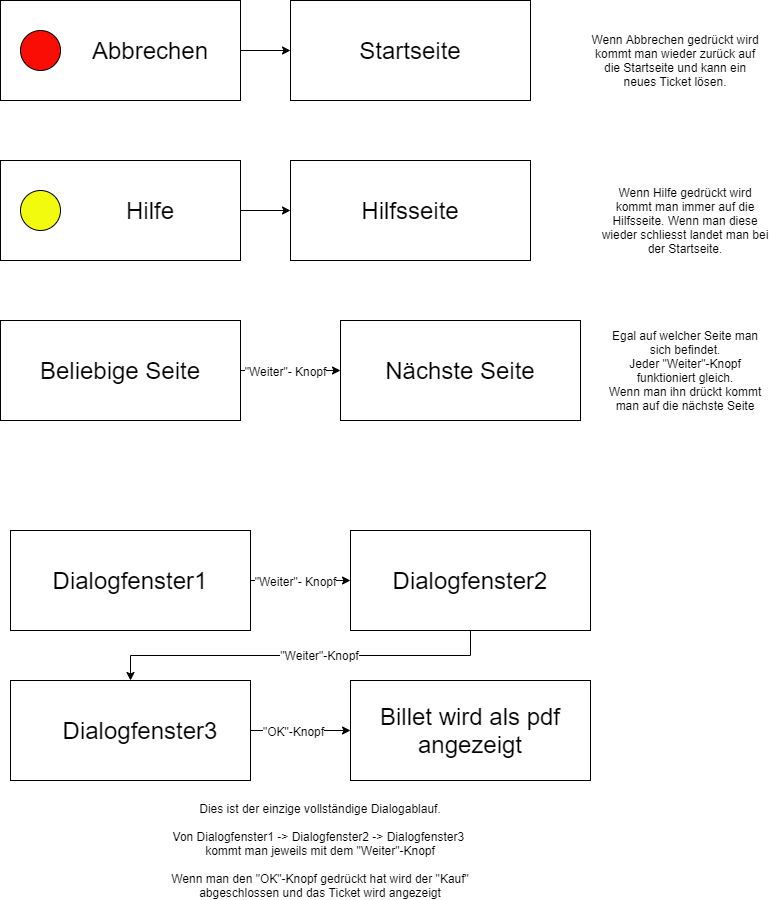
RubenSouto/M120_RS keeps this draw.io diagram as Public/images/Dialogablaufe.png. Above is the earlier version. Source tidied: cells renumbered, new cells last; positions are measured from the earlier drawing's top-left corner, leaving out a move shared by most shapes. The source it was exported from:
```xml
<mxGraphModel>
  <root>
    <mxCell id="0" />
    <mxCell id="1" parent="0" />
    <mxCell id="2" style="edgeStyle=orthogonalEdgeStyle;rounded=0;jettySize=auto;html=1;exitX=1;exitY=0.5;exitDx=0;exitDy=0;entryX=0;entryY=0.5;entryDx=0;entryDy=0;" parent="1" edge="1" source="3" target="6">
      <mxGeometry relative="1" as="geometry" />
    </mxCell>
    <mxCell id="3" style="rounded=0;whiteSpace=wrap;html=1;" parent="1" vertex="1">
      <mxGeometry width="240" height="100" as="geometry" />
    </mxCell>
    <mxCell id="4" style="ellipse;whiteSpace=wrap;html=1;fillColor=#FA0D05;" parent="1" vertex="1">
      <mxGeometry x="20" y="30" width="40" height="40" as="geometry" />
    </mxCell>
    <mxCell id="5" value="Abbrechen&lt;span style=&quot;color: rgba(0 , 0 , 0 , 0) ; font-family: monospace ; font-size: 0px&quot;&gt;%3CmxGraphModel%3E%3Croot%3E%3CmxCell%20id%3D%220%22%2F%3E%3CmxCell%20id%3D%221%22%20parent%3D%220%22%2F%3E%3CmxCell%20id%3D%222%22%20value%3D%22%22%20style%3D%22ellipse%3BwhiteSpace%3Dwrap%3Bhtml%3D1%3Baspect%3Dfixed%3BfillColor%3D%23FA0D05%3B%22%20vertex%3D%221%22%20parent%3D%221%22%3E%3CmxGeometry%20x%3D%2260%22%20y%3D%22960%22%20width%3D%2240%22%20height%3D%2240%22%20as%3D%22geometry%22%2F%3E%3C%2FmxCell%3E%3C%2Froot%3E%3C%2FmxGraphModel%3E&lt;/span&gt;" style="text;html=1;strokeColor=none;fillColor=none;align=center;verticalAlign=middle;whiteSpace=wrap;rounded=0;fontFamily=Helvetica;fontSize=24;" parent="1" vertex="1">
      <mxGeometry x="130" y="40" width="40" height="20" as="geometry" />
    </mxCell>
    <mxCell id="6" style="rounded=0;whiteSpace=wrap;html=1;" parent="1" vertex="1">
      <mxGeometry x="290" width="240" height="100" as="geometry" />
    </mxCell>
    <mxCell id="7" value="Startseite" style="text;html=1;strokeColor=none;fillColor=none;align=center;verticalAlign=middle;whiteSpace=wrap;rounded=0;fontFamily=Helvetica;fontSize=24;" parent="1" vertex="1">
      <mxGeometry x="390" y="40" width="40" height="20" as="geometry" />
    </mxCell>
    <mxCell id="8" value="Egal auf welcher Seite man sich befindet.&lt;br&gt;Jeder &quot;Weiter&quot;-Knopf funktioniert gleich.&lt;br&gt;Wenn man ihn drückt kommt man auf die nächste Seite" style="text;html=1;strokeColor=none;fillColor=none;align=center;verticalAlign=middle;whiteSpace=wrap;rounded=0;" parent="1" vertex="1">
      <mxGeometry x="600" y="360" width="170" height="20" as="geometry" />
    </mxCell>
    <mxCell id="9" style="edgeStyle=orthogonalEdgeStyle;rounded=0;jettySize=auto;html=1;exitX=1;exitY=0.5;exitDx=0;exitDy=0;entryX=0;entryY=0.5;entryDx=0;entryDy=0;" parent="1" edge="1" source="10" target="13">
      <mxGeometry relative="1" as="geometry" />
    </mxCell>
    <mxCell id="10" style="rounded=0;whiteSpace=wrap;html=1;" parent="1" vertex="1">
      <mxGeometry y="160" width="240" height="100" as="geometry" />
    </mxCell>
    <mxCell id="11" style="ellipse;whiteSpace=wrap;html=1;fillColor=#F2FA0D;" parent="1" vertex="1">
      <mxGeometry x="20" y="190" width="40" height="40" as="geometry" />
    </mxCell>
    <mxCell id="12" value="Hilfe" style="text;html=1;strokeColor=none;fillColor=none;align=center;verticalAlign=middle;whiteSpace=wrap;rounded=0;fontFamily=Helvetica;fontSize=24;" parent="1" vertex="1">
      <mxGeometry x="130" y="200" width="40" height="20" as="geometry" />
    </mxCell>
    <mxCell id="13" style="rounded=0;whiteSpace=wrap;html=1;" parent="1" vertex="1">
      <mxGeometry x="290" y="160" width="240" height="100" as="geometry" />
    </mxCell>
    <mxCell id="14" value="Hilfsseite" style="text;html=1;strokeColor=none;fillColor=none;align=center;verticalAlign=middle;whiteSpace=wrap;rounded=0;fontFamily=Helvetica;fontSize=24;" parent="1" vertex="1">
      <mxGeometry x="390" y="200" width="40" height="20" as="geometry" />
    </mxCell>
    <mxCell id="15" value="Wenn Abbrechen gedrückt wird kommt man wieder zurück auf die Startseite und kann ein neues Ticket lösen." style="text;html=1;strokeColor=none;fillColor=none;align=center;verticalAlign=middle;whiteSpace=wrap;rounded=0;" parent="1" vertex="1">
      <mxGeometry x="590" y="50" width="170" height="20" as="geometry" />
    </mxCell>
    <mxCell id="16" style="edgeStyle=orthogonalEdgeStyle;rounded=0;jettySize=auto;html=1;exitX=1;exitY=0.5;exitDx=0;exitDy=0;entryX=0;entryY=0.5;entryDx=0;entryDy=0;" parent="1" edge="1" source="18" target="20">
      <mxGeometry relative="1" as="geometry" />
    </mxCell>
    <mxCell id="17" value="&quot;Weiter&quot;- Knopf" style="text;html=1;align=center;verticalAlign=middle;labelBackgroundColor=#ffffff;" parent="16" vertex="1">
      <mxGeometry x="0.28" y="-2" relative="1" as="geometry">
        <mxPoint x="-20" y="-2" as="offset" />
      </mxGeometry>
    </mxCell>
    <mxCell id="18" style="rounded=0;whiteSpace=wrap;html=1;" parent="1" vertex="1">
      <mxGeometry y="320" width="240" height="100" as="geometry" />
    </mxCell>
    <mxCell id="19" value="Beliebige Seite" style="text;html=1;strokeColor=none;fillColor=none;align=center;verticalAlign=middle;whiteSpace=wrap;rounded=0;fontFamily=Helvetica;fontSize=24;" parent="1" vertex="1">
      <mxGeometry x="20" y="360" width="200" height="20" as="geometry" />
    </mxCell>
    <mxCell id="20" style="rounded=0;whiteSpace=wrap;html=1;" parent="1" vertex="1">
      <mxGeometry x="340" y="320" width="240" height="100" as="geometry" />
    </mxCell>
    <mxCell id="21" value="Nächste Seite" style="text;html=1;strokeColor=none;fillColor=none;align=center;verticalAlign=middle;whiteSpace=wrap;rounded=0;fontFamily=Helvetica;fontSize=24;" parent="1" vertex="1">
      <mxGeometry x="365" y="360" width="190" height="20" as="geometry" />
    </mxCell>
    <mxCell id="22" value="Wenn Hilfe gedrückt wird kommt man immer auf die Hilfsseite. Wenn man diese wieder schliesst landet man bei der Startseite." style="text;html=1;strokeColor=none;fillColor=none;align=center;verticalAlign=middle;whiteSpace=wrap;rounded=0;" parent="1" vertex="1">
      <mxGeometry x="600" y="210" width="170" height="20" as="geometry" />
    </mxCell>
    <mxCell id="23" style="edgeStyle=orthogonalEdgeStyle;rounded=0;jettySize=auto;html=1;exitX=1;exitY=0.5;exitDx=0;exitDy=0;entryX=0;entryY=0.5;entryDx=0;entryDy=0;" parent="1" edge="1" source="25" target="29">
      <mxGeometry relative="1" as="geometry" />
    </mxCell>
    <mxCell id="24" value="&quot;Weiter&quot;- Knopf" style="text;html=1;align=center;verticalAlign=middle;labelBackgroundColor=#ffffff;" parent="23" vertex="1">
      <mxGeometry x="0.28" y="-2" relative="1" as="geometry">
        <mxPoint x="-20" y="-2" as="offset" />
      </mxGeometry>
    </mxCell>
    <mxCell id="25" style="rounded=0;whiteSpace=wrap;html=1;" parent="1" vertex="1">
      <mxGeometry x="10" y="530" width="240" height="100" as="geometry" />
    </mxCell>
    <mxCell id="26" value="Dialogfenster1" style="text;html=1;strokeColor=none;fillColor=none;align=center;verticalAlign=middle;whiteSpace=wrap;rounded=0;fontFamily=Helvetica;fontSize=24;" parent="1" vertex="1">
      <mxGeometry x="30" y="570" width="200" height="20" as="geometry" />
    </mxCell>
    <mxCell id="27" style="edgeStyle=orthogonalEdgeStyle;rounded=0;jettySize=auto;html=1;exitX=0.5;exitY=1;exitDx=0;exitDy=0;entryX=0.5;entryY=0;entryDx=0;entryDy=0;" parent="1" edge="1" source="29" target="35">
      <mxGeometry relative="1" as="geometry" />
    </mxCell>
    <mxCell id="28" value="&quot;Weiter&quot;-Knopf" style="text;html=1;align=center;verticalAlign=middle;labelBackgroundColor=#ffffff;" parent="27" vertex="1">
      <mxGeometry x="-0.09" y="-1" relative="1" as="geometry" />
    </mxCell>
    <mxCell id="29" style="rounded=0;whiteSpace=wrap;html=1;" parent="1" vertex="1">
      <mxGeometry x="350" y="530" width="240" height="100" as="geometry" />
    </mxCell>
    <mxCell id="30" value="Dialogfenster2" style="text;html=1;strokeColor=none;fillColor=none;align=center;verticalAlign=middle;whiteSpace=wrap;rounded=0;fontFamily=Helvetica;fontSize=24;" parent="1" vertex="1">
      <mxGeometry x="375" y="570" width="190" height="20" as="geometry" />
    </mxCell>
    <mxCell id="31" style="rounded=0;whiteSpace=wrap;html=1;" parent="1" vertex="1">
      <mxGeometry x="350" y="680" width="240" height="100" as="geometry" />
    </mxCell>
    <mxCell id="32" value="Dialogfenster3" style="text;html=1;strokeColor=none;fillColor=none;align=center;verticalAlign=middle;whiteSpace=wrap;rounded=0;fontFamily=Helvetica;fontSize=24;" parent="1" vertex="1">
      <mxGeometry x="35" y="710" width="190" height="20" as="geometry" />
    </mxCell>
    <mxCell id="33" style="edgeStyle=orthogonalEdgeStyle;rounded=0;jettySize=auto;html=1;exitX=1;exitY=0.5;exitDx=0;exitDy=0;entryX=0;entryY=0.5;entryDx=0;entryDy=0;" parent="1" edge="1" source="35" target="31">
      <mxGeometry relative="1" as="geometry" />
    </mxCell>
    <mxCell id="34" value="&quot;OK&quot;-Knopf" style="text;html=1;align=center;verticalAlign=middle;labelBackgroundColor=#ffffff;" parent="33" vertex="1">
      <mxGeometry x="-0.16" relative="1" as="geometry" />
    </mxCell>
    <mxCell id="35" style="rounded=0;whiteSpace=wrap;html=1;" parent="1" vertex="1">
      <mxGeometry x="10" y="680" width="240" height="100" as="geometry" />
    </mxCell>
    <mxCell id="36" value="Dialogfenster3" style="text;html=1;strokeColor=none;fillColor=none;align=center;verticalAlign=middle;whiteSpace=wrap;rounded=0;fontFamily=Helvetica;fontSize=24;" parent="1" vertex="1">
      <mxGeometry x="45" y="720" width="190" height="20" as="geometry" />
    </mxCell>
    <mxCell id="37" value="Billet wird als pdf angezeigt" style="text;html=1;strokeColor=none;fillColor=none;align=center;verticalAlign=middle;whiteSpace=wrap;rounded=0;fontFamily=Helvetica;fontSize=24;" parent="1" vertex="1">
      <mxGeometry x="375" y="720" width="190" height="20" as="geometry" />
    </mxCell>
    <mxCell id="38" value="Dies ist der einzige vollständige Dialogablauf.&lt;br&gt;&lt;br&gt;Von Dialogfenster1 -&amp;gt; Dialogfenster2 -&amp;gt; Dialogfenster3 &lt;br&gt;kommt man jeweils mit dem &quot;Weiter&quot;-Knopf&lt;br&gt;&lt;br&gt;Wenn man den &quot;OK&quot;-Knopf gedrückt hat wird der &quot;Kauf&quot; abgeschlossen und das Ticket wird angezeigt" style="text;html=1;strokeColor=none;fillColor=none;align=center;verticalAlign=middle;whiteSpace=wrap;rounded=0;" parent="1" vertex="1">
      <mxGeometry x="160" y="840" width="320" height="20" as="geometry" />
    </mxCell>
  </root>
</mxGraphModel>
```
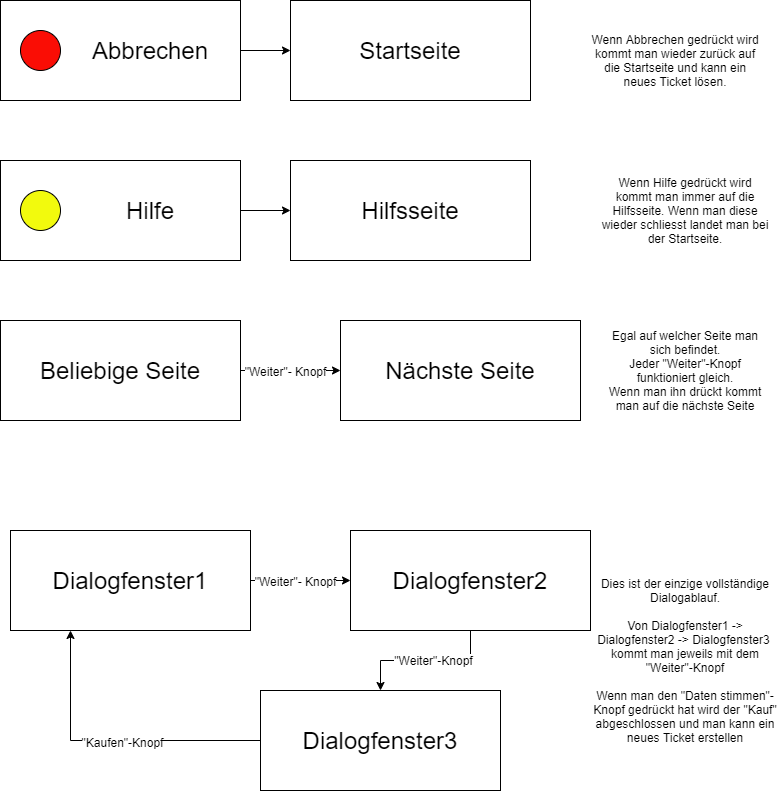
The same file after the commit.

What changed in the source:
```diff
@@ -65,7 +65,7 @@
       <mxGeometry x="365" y="360" width="190" height="20" as="geometry" />
     </mxCell>
     <mxCell id="22" value="Wenn Hilfe gedrückt wird kommt man immer auf die Hilfsseite. Wenn man diese wieder schliesst landet man bei der Startseite." style="text;html=1;strokeColor=none;fillColor=none;align=center;verticalAlign=middle;whiteSpace=wrap;rounded=0;" parent="1" vertex="1">
-      <mxGeometry x="600" y="210" width="170" height="20" as="geometry" />
+      <mxGeometry x="600" y="200" width="170" height="20" as="geometry" />
     </mxCell>
     <mxCell id="23" style="edgeStyle=orthogonalEdgeStyle;rounded=0;jettySize=auto;html=1;exitX=1;exitY=0.5;exitDx=0;exitDy=0;entryX=0;entryY=0.5;entryDx=0;entryDy=0;" parent="1" edge="1" source="25" target="29">
       <mxGeometry relative="1" as="geometry" />
@@ -93,29 +93,20 @@
     <mxCell id="30" value="Dialogfenster2" style="text;html=1;strokeColor=none;fillColor=none;align=center;verticalAlign=middle;whiteSpace=wrap;rounded=0;fontFamily=Helvetica;fontSize=24;" parent="1" vertex="1">
       <mxGeometry x="375" y="570" width="190" height="20" as="geometry" />
     </mxCell>
-    <mxCell id="31" style="rounded=0;whiteSpace=wrap;html=1;" parent="1" vertex="1">
-      <mxGeometry x="350" y="680" width="240" height="100" as="geometry" />
-    </mxCell>
-    <mxCell id="32" value="Dialogfenster3" style="text;html=1;strokeColor=none;fillColor=none;align=center;verticalAlign=middle;whiteSpace=wrap;rounded=0;fontFamily=Helvetica;fontSize=24;" parent="1" vertex="1">
-      <mxGeometry x="35" y="710" width="190" height="20" as="geometry" />
-    </mxCell>
-    <mxCell id="33" style="edgeStyle=orthogonalEdgeStyle;rounded=0;jettySize=auto;html=1;exitX=1;exitY=0.5;exitDx=0;exitDy=0;entryX=0;entryY=0.5;entryDx=0;entryDy=0;" parent="1" edge="1" source="35" target="31">
-      <mxGeometry relative="1" as="geometry" />
-    </mxCell>
-    <mxCell id="34" value="&quot;OK&quot;-Knopf" style="text;html=1;align=center;verticalAlign=middle;labelBackgroundColor=#ffffff;" parent="33" vertex="1">
-      <mxGeometry x="-0.16" relative="1" as="geometry" />
-    </mxCell>
+    <mxCell id="39" style="edgeStyle=orthogonalEdgeStyle;rounded=0;jettySize=auto;html=1;exitX=0;exitY=0.5;exitDx=0;exitDy=0;entryX=0.25;entryY=1;entryDx=0;entryDy=0;" parent="1" edge="1" source="35" target="25">
+      <mxGeometry relative="1" as="geometry" />
+    </mxCell>
+    <mxCell id="40" value="&quot;Kaufen&quot;-Knopf" style="text;html=1;align=center;verticalAlign=middle;labelBackgroundColor=#ffffff;" parent="39" vertex="1">
+      <mxGeometry x="-0.07" y="1" relative="1" as="geometry" />
+    </mxCell>
     <mxCell id="35" style="rounded=0;whiteSpace=wrap;html=1;" parent="1" vertex="1">
-      <mxGeometry x="10" y="680" width="240" height="100" as="geometry" />
+      <mxGeometry x="260" y="690" width="240" height="100" as="geometry" />
     </mxCell>
     <mxCell id="36" value="Dialogfenster3" style="text;html=1;strokeColor=none;fillColor=none;align=center;verticalAlign=middle;whiteSpace=wrap;rounded=0;fontFamily=Helvetica;fontSize=24;" parent="1" vertex="1">
-      <mxGeometry x="45" y="720" width="190" height="20" as="geometry" />
+      <mxGeometry x="285" y="730" width="190" height="20" as="geometry" />
     </mxCell>
-    <mxCell id="37" value="Billet wird als pdf angezeigt" style="text;html=1;strokeColor=none;fillColor=none;align=center;verticalAlign=middle;whiteSpace=wrap;rounded=0;fontFamily=Helvetica;fontSize=24;" parent="1" vertex="1">
-      <mxGeometry x="375" y="720" width="190" height="20" as="geometry" />
-    </mxCell>
-    <mxCell id="38" value="Dies ist der einzige vollständige Dialogablauf.&lt;br&gt;&lt;br&gt;Von Dialogfenster1 -&amp;gt; Dialogfenster2 -&amp;gt; Dialogfenster3 &lt;br&gt;kommt man jeweils mit dem &quot;Weiter&quot;-Knopf&lt;br&gt;&lt;br&gt;Wenn man den &quot;OK&quot;-Knopf gedrückt hat wird der &quot;Kauf&quot; abgeschlossen und das Ticket wird angezeigt" style="text;html=1;strokeColor=none;fillColor=none;align=center;verticalAlign=middle;whiteSpace=wrap;rounded=0;" parent="1" vertex="1">
-      <mxGeometry x="160" y="840" width="320" height="20" as="geometry" />
+    <mxCell id="38" value="Dies ist der einzige vollständige Dialogablauf.&lt;br&gt;&lt;br&gt;Von Dialogfenster1 -&amp;gt; Dialogfenster2 -&amp;gt; Dialogfenster3 &lt;br&gt;kommt man jeweils mit dem &quot;Weiter&quot;-Knopf&lt;br&gt;&lt;br&gt;Wenn man den &quot;Daten stimmen&quot;-Knopf gedrückt hat wird der &quot;Kauf&quot; abgeschlossen und man kann ein neues Ticket erstellen" style="text;html=1;strokeColor=none;fillColor=none;align=center;verticalAlign=middle;whiteSpace=wrap;rounded=0;" parent="1" vertex="1">
+      <mxGeometry x="590" y="650" width="190" height="20" as="geometry" />
     </mxCell>
   </root>
 </mxGraphModel>
```
